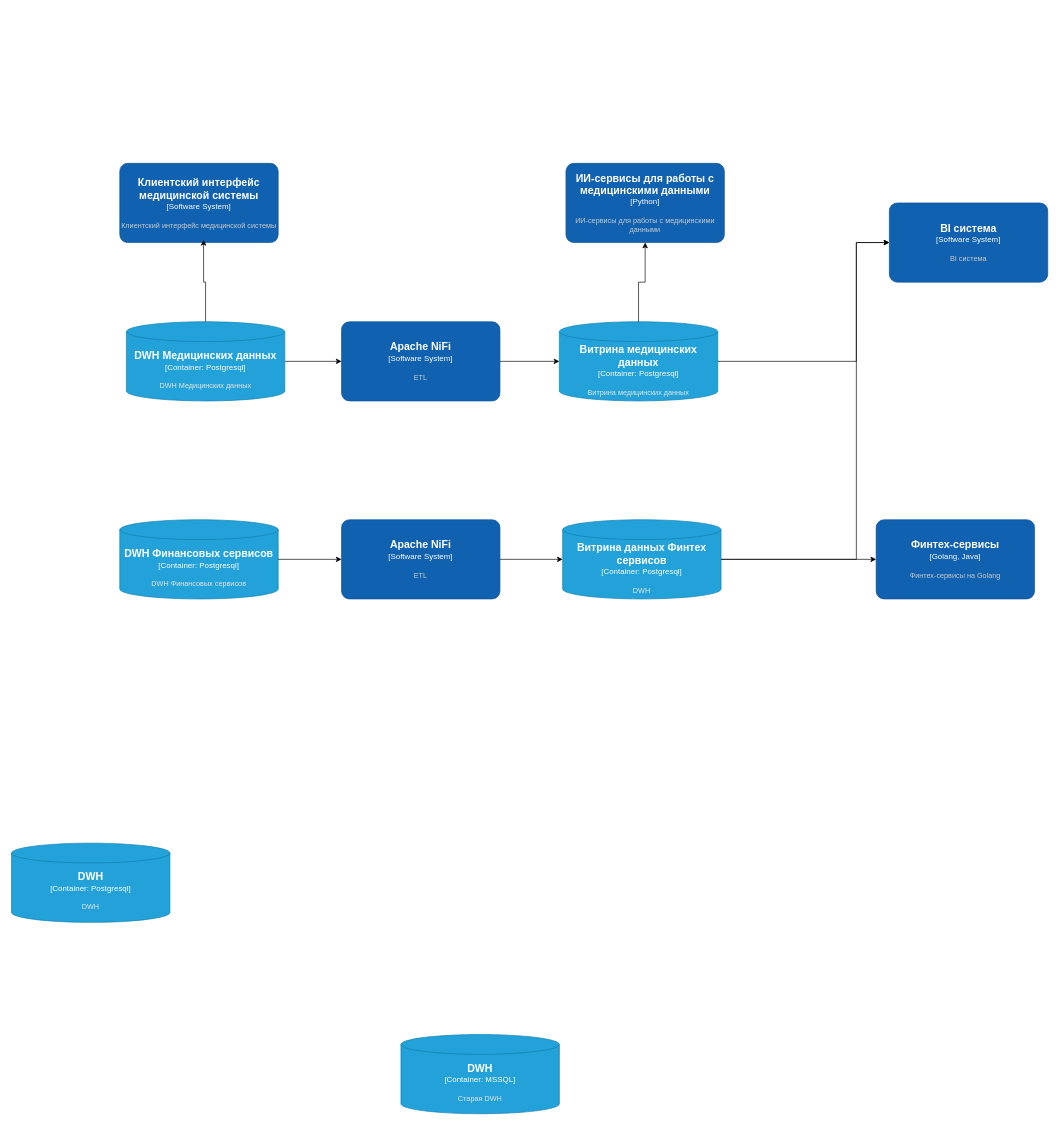
This is Task1/Диаграмма без названия.drawio from Laborant90/architecture-future_2_0, a draw.io file, before an edit. Source tidied: cells renumbered, new cells numbered last; positions are measured from the earlier drawing's top-left corner, leaving out a move shared by most shapes. Both pictures are drawn from the tidied source at 66%, with x=0, y=0 at pixel (11, 163).
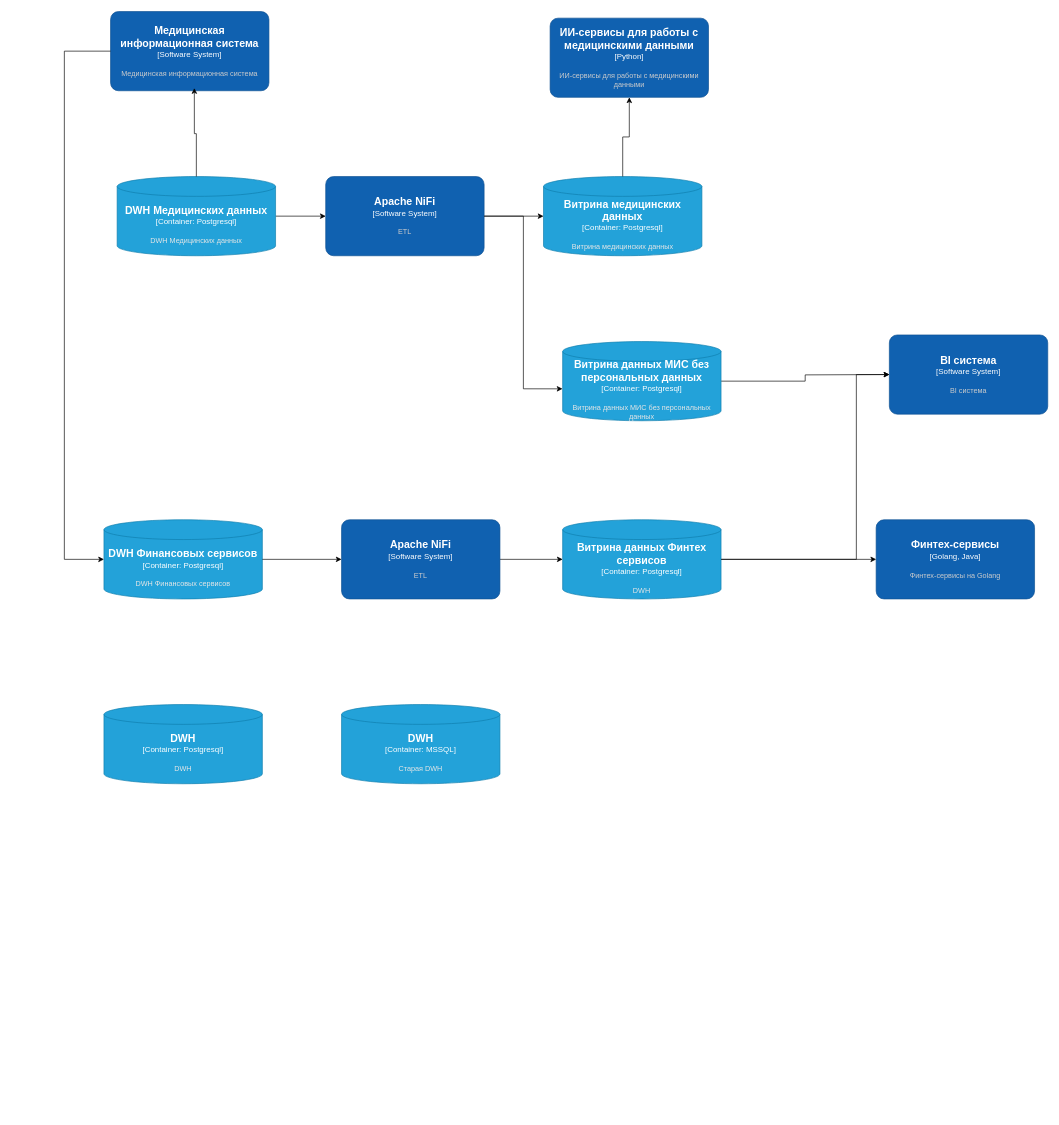
After the change.

The change refers to these unchanged cells:
```xml
<object id="7" label="&lt;font style=&quot;font-size: 16px&quot;&gt;&lt;b&gt;%c4Name%&lt;/b&gt;&lt;/font&gt;&lt;div&gt;[%c4Type%:&amp;nbsp;%c4Technology%]&lt;/div&gt;&lt;br&gt;&lt;div&gt;&lt;font style=&quot;font-size: 11px&quot;&gt;&lt;font color=&quot;#E6E6E6&quot;&gt;%c4Description%&lt;/font&gt;&lt;/div&gt;" c4Description="DWH" c4Name="Витрина данных Финтех сервисов" c4Technology="Postgresql" c4Type="Container" placeholders="1">
  <mxCell style="shape=cylinder3;size=15;whiteSpace=wrap;html=1;boundedLbl=1;rounded=0;labelBackgroundColor=none;fillColor=#23A2D9;fontSize=12;fontColor=#ffffff;align=center;strokeColor=#0E7DAD;points=[[0.5,0,0],[1,0.25,0],[1,0.5,0],[1,0.75,0],[0.5,1,0],[0,0.75,0],[0,0.5,0],[0,0.25,0]];" parent="1" vertex="1">
    <mxGeometry x="835" y="540" width="240" height="120" as="geometry" />
  </mxCell>
</object>
```

Diff of the diagram source:
```diff
@@
     <object id="2" label="&lt;font style=&quot;font-size: 16px&quot;&gt;&lt;b&gt;%c4Name%&lt;/b&gt;&lt;/font&gt;&lt;div&gt;[%c4Type%:&amp;nbsp;%c4Technology%]&lt;/div&gt;&lt;br&gt;&lt;div&gt;&lt;font style=&quot;font-size: 11px&quot;&gt;&lt;font color=&quot;#E6E6E6&quot;&gt;%c4Description%&lt;/font&gt;&lt;/div&gt;" c4Description="Старая DWH" c4Name="DWH" c4Technology="MSSQL" c4Type="Container" placeholders="1">
       <mxCell style="shape=cylinder3;size=15;whiteSpace=wrap;html=1;boundedLbl=1;rounded=0;labelBackgroundColor=none;fillColor=#23A2D9;fontSize=12;fontColor=#ffffff;align=center;strokeColor=#0E7DAD;" parent="1" vertex="1">
-        <mxGeometry x="590" y="1320" width="240" height="120" as="geometry" />
+        <mxGeometry x="500" y="820" width="240" height="120" as="geometry" />
       </mxCell>
     </object>
@@
     <object id="4" label="&lt;font style=&quot;font-size: 16px&quot;&gt;&lt;b&gt;%c4Name%&lt;/b&gt;&lt;/font&gt;&lt;div&gt;[%c4Type%]&lt;/div&gt;&lt;br&gt;&lt;div&gt;&lt;font style=&quot;font-size: 11px&quot;&gt;&lt;font color=&quot;#cccccc&quot;&gt;%c4Description%&lt;/font&gt;&lt;/div&gt;" c4Description="BI система" c4Name="BI система" c4Type="Software System" placeholders="1">
       <mxCell style="rounded=1;whiteSpace=wrap;html=1;labelBackgroundColor=none;fillColor=#1061B0;fontColor=#ffffff;align=center;arcSize=10;strokeColor=#0D5091;points=[[0.25,0,0],[0.5,0,0],[0.75,0,0],[1,0.25,0],[1,0.5,0],[1,0.75,0],[0.75,1,0],[0.5,1,0],[0.25,1,0],[0,0.75,0],[0,0.5,0],[0,0.25,0]];" parent="1" vertex="1">
-        <mxGeometry x="1330" y="60" width="240" height="120" as="geometry" />
+        <mxGeometry x="1330" y="260" width="240" height="120" as="geometry" />
       </mxCell>
     </object>
     <object id="5" label="&lt;font style=&quot;font-size: 16px&quot;&gt;&lt;b&gt;%c4Name%&lt;/b&gt;&lt;/font&gt;&lt;div&gt;[%c4Type%:&amp;nbsp;%c4Technology%]&lt;/div&gt;&lt;br&gt;&lt;div&gt;&lt;font style=&quot;font-size: 11px&quot;&gt;&lt;font color=&quot;#E6E6E6&quot;&gt;%c4Description%&lt;/font&gt;&lt;/div&gt;" c4Description="DWH Финансовых сервисов" c4Name="DWH Финансовых сервисов" c4Technology="Postgresql" c4Type="Container" placeholders="1">
       <mxCell style="shape=cylinder3;size=15;whiteSpace=wrap;html=1;boundedLbl=1;rounded=0;labelBackgroundColor=none;fillColor=#23A2D9;fontSize=12;fontColor=#ffffff;align=center;strokeColor=#0E7DAD;points=[[0.5,0,0],[1,0.25,0],[1,0.5,0],[1,0.75,0],[0.5,1,0],[0,0.75,0],[0,0.5,0],[0,0.25,0]];" parent="1" vertex="1">
-        <mxGeometry x="164" y="540" width="240" height="120" as="geometry" />
+        <mxGeometry x="140" y="540" width="240" height="120" as="geometry" />
       </mxCell>
     </object>
@@
     <object id="8" label="&lt;font style=&quot;font-size: 16px&quot;&gt;&lt;b&gt;%c4Name%&lt;/b&gt;&lt;/font&gt;&lt;div&gt;[%c4Type%:&amp;nbsp;%c4Technology%]&lt;/div&gt;&lt;br&gt;&lt;div&gt;&lt;font style=&quot;font-size: 11px&quot;&gt;&lt;font color=&quot;#E6E6E6&quot;&gt;%c4Description%&lt;/font&gt;&lt;/div&gt;" c4Description="DWH" c4Name="DWH" c4Technology="Postgresql" c4Type="Container" placeholders="1">
       <mxCell style="shape=cylinder3;size=15;whiteSpace=wrap;html=1;boundedLbl=1;rounded=0;labelBackgroundColor=none;fillColor=#23A2D9;fontSize=12;fontColor=#ffffff;align=center;strokeColor=#0E7DAD;" parent="1" vertex="1">
-        <mxGeometry y="1030" width="240" height="120" as="geometry" />
+        <mxGeometry x="140" y="820" width="240" height="120" as="geometry" />
       </mxCell>
     </object>
-    <object id="9" label="&lt;font style=&quot;font-size: 16px&quot;&gt;&lt;b&gt;%c4Name%&lt;/b&gt;&lt;/font&gt;&lt;div&gt;[%c4Type%]&lt;/div&gt;&lt;br&gt;&lt;div&gt;&lt;font style=&quot;font-size: 11px&quot;&gt;&lt;font color=&quot;#cccccc&quot;&gt;%c4Description%&lt;/font&gt;&lt;/div&gt;" c4Description="Клиентский интерфейс медицинской системы" c4Name="Клиентский интерфейс медицинской системы" c4Type="Software System" placeholders="1">
+    <object id="9" label="&lt;font style=&quot;font-size: 16px&quot;&gt;&lt;b&gt;%c4Name%&lt;/b&gt;&lt;/font&gt;&lt;div&gt;[%c4Type%]&lt;/div&gt;&lt;br&gt;&lt;div&gt;&lt;font style=&quot;font-size: 11px&quot;&gt;&lt;font color=&quot;#cccccc&quot;&gt;%c4Description%&lt;/font&gt;&lt;/div&gt;" c4Description="Медицинская информационная система" c4Name="Медицинская информационная система" c4Type="Software System" placeholders="1">
       <mxCell style="rounded=1;whiteSpace=wrap;html=1;labelBackgroundColor=none;fillColor=#1061B0;fontColor=#ffffff;align=center;arcSize=10;strokeColor=#0D5091;points=[[0.25,0,0],[0.5,0,0],[0.75,0,0],[1,0.25,0],[1,0.5,0],[1,0.75,0],[0.75,1,0],[0.5,1,0],[0.25,1,0],[0,0.75,0],[0,0.5,0],[0,0.25,0]];" parent="1" vertex="1">
-        <mxGeometry x="164" width="240" height="120" as="geometry" />
+        <mxGeometry x="150" y="-230" width="240" height="120" as="geometry" />
       </mxCell>
     </object>
@@
     <object id="11" label="&lt;font style=&quot;font-size: 16px&quot;&gt;&lt;b&gt;%c4Name%&lt;/b&gt;&lt;/font&gt;&lt;div&gt;[%c4Type%:&amp;nbsp;%c4Technology%]&lt;/div&gt;&lt;br&gt;&lt;div&gt;&lt;font style=&quot;font-size: 11px&quot;&gt;&lt;font color=&quot;#E6E6E6&quot;&gt;%c4Description%&lt;/font&gt;&lt;/div&gt;" c4Description="DWH Медицинских данных" c4Name="DWH Медицинских данных" c4Technology="Postgresql" c4Type="Container" placeholders="1">
       <mxCell style="shape=cylinder3;size=15;whiteSpace=wrap;html=1;boundedLbl=1;rounded=0;labelBackgroundColor=none;fillColor=#23A2D9;fontSize=12;fontColor=#ffffff;align=center;strokeColor=#0E7DAD;points=[[0.5,0,0],[1,0.25,0],[1,0.5,0],[1,0.75,0],[0.5,1,0],[0,0.75,0],[0,0.5,0],[0,0.25,0]];" parent="1" vertex="1">
-        <mxGeometry x="174" y="240" width="240" height="120" as="geometry" />
+        <mxGeometry x="160" y="20" width="240" height="120" as="geometry" />
       </mxCell>
     </object>
     <object id="12" label="&lt;font style=&quot;font-size: 16px&quot;&gt;&lt;b&gt;%c4Name%&lt;/b&gt;&lt;/font&gt;&lt;div&gt;[%c4Type%]&lt;/div&gt;&lt;br&gt;&lt;div&gt;&lt;font style=&quot;font-size: 11px&quot;&gt;&lt;font color=&quot;#cccccc&quot;&gt;%c4Description%&lt;/font&gt;&lt;/div&gt;" c4Description="ИИ-сервисы для работы с медицинскими данными" c4Name="ИИ-сервисы для работы с медицинскими данными" c4Type="Python" placeholders="1">
       <mxCell style="rounded=1;whiteSpace=wrap;html=1;labelBackgroundColor=none;fillColor=#1061B0;fontColor=#ffffff;align=center;arcSize=10;strokeColor=#0D5091;points=[[0.25,0,0],[0.5,0,0],[0.75,0,0],[1,0.25,0],[1,0.5,0],[1,0.75,0],[0.75,1,0],[0.5,1,0],[0.25,1,0],[0,0.75,0],[0,0.5,0],[0,0.25,0]];" parent="1" vertex="1">
-        <mxGeometry x="840" width="240" height="120" as="geometry" />
+        <mxGeometry x="816" y="-220" width="240" height="120" as="geometry" />
       </mxCell>
     </object>
@@
     <object id="14" label="&lt;font style=&quot;font-size: 16px&quot;&gt;&lt;b&gt;%c4Name%&lt;/b&gt;&lt;/font&gt;&lt;div&gt;[%c4Type%:&amp;nbsp;%c4Technology%]&lt;/div&gt;&lt;br&gt;&lt;div&gt;&lt;font style=&quot;font-size: 11px&quot;&gt;&lt;font color=&quot;#E6E6E6&quot;&gt;%c4Description%&lt;/font&gt;&lt;/div&gt;" c4Description="Витрина медицинских данных" c4Name="Витрина медицинских данных" c4Technology="Postgresql" c4Type="Container" placeholders="1">
       <mxCell style="shape=cylinder3;size=15;whiteSpace=wrap;html=1;boundedLbl=1;rounded=0;labelBackgroundColor=none;fillColor=#23A2D9;fontSize=12;fontColor=#ffffff;align=center;strokeColor=#0E7DAD;points=[[0.5,0,0],[1,0.25,0],[1,0.5,0],[1,0.75,0],[0.5,1,0],[0,0.75,0],[0,0.5,0],[0,0.25,0]];" parent="1" vertex="1">
-        <mxGeometry x="830" y="240" width="240" height="120" as="geometry" />
+        <mxGeometry x="806" y="20" width="240" height="120" as="geometry" />
       </mxCell>
     </object>
@@
-    <mxCell id="16" style="edgeStyle=orthogonalEdgeStyle;rounded=0;jettySize=auto;html=1;entryX=0;entryY=0.5;entryDx=0;entryDy=0;entryPerimeter=0;" parent="1" edge="1" source="14" target="4">
-      <mxGeometry relative="1" as="geometry">
-        <Array as="points">
-          <mxPoint x="1280" y="300" />
-          <mxPoint x="1280" y="120" />
-        </Array>
-      </mxGeometry>
-    </mxCell>
     <mxCell id="17" style="edgeStyle=orthogonalEdgeStyle;rounded=0;jettySize=auto;html=1;entryX=0;entryY=0.5;entryDx=0;entryDy=0;entryPerimeter=0;" parent="1" edge="1" source="7" target="4">
       <mxGeometry relative="1" as="geometry">
         <Array as="points">
           <mxPoint x="1280" y="600" />
-          <mxPoint x="1280" y="120" />
+          <mxPoint x="1280" y="320" />
         </Array>
       </mxGeometry>
     </mxCell>
     <object id="18" label="&lt;font style=&quot;font-size: 16px&quot;&gt;&lt;b&gt;%c4Name%&lt;/b&gt;&lt;/font&gt;&lt;div&gt;[%c4Type%]&lt;/div&gt;&lt;br&gt;&lt;div&gt;&lt;font style=&quot;font-size: 11px&quot;&gt;&lt;font color=&quot;#cccccc&quot;&gt;%c4Description%&lt;/font&gt;&lt;/div&gt;" c4Description="ETL" c4Name="Apache NiFi" c4Type="Software System" placeholders="1">
       <mxCell style="rounded=1;whiteSpace=wrap;html=1;labelBackgroundColor=none;fillColor=#1061B0;fontColor=#ffffff;align=center;arcSize=10;strokeColor=#0D5091;points=[[0.25,0,0],[0.5,0,0],[0.75,0,0],[1,0.25,0],[1,0.5,0],[1,0.75,0],[0.75,1,0],[0.5,1,0],[0.25,1,0],[0,0.75,0],[0,0.5,0],[0,0.25,0]];" parent="1" vertex="1">
-        <mxGeometry x="500" y="240" width="240" height="120" as="geometry" />
+        <mxGeometry x="476" y="20" width="240" height="120" as="geometry" />
       </mxCell>
     </object>
@@
+    <mxCell id="23" style="edgeStyle=orthogonalEdgeStyle;rounded=0;jettySize=auto;html=1;" parent="1" edge="1" source="24">
+      <mxGeometry relative="1" as="geometry">
+        <mxPoint x="1330" y="320" as="targetPoint" />
+      </mxGeometry>
+    </mxCell>
+    <object id="24" label="&lt;font style=&quot;font-size: 16px&quot;&gt;&lt;b&gt;%c4Name%&lt;/b&gt;&lt;/font&gt;&lt;div&gt;[%c4Type%:&amp;nbsp;%c4Technology%]&lt;/div&gt;&lt;br&gt;&lt;div&gt;&lt;font style=&quot;font-size: 11px&quot;&gt;&lt;font color=&quot;#E6E6E6&quot;&gt;%c4Description%&lt;/font&gt;&lt;/div&gt;" c4Description="Витрина данных МИС без персональных данных" c4Name="Витрина данных МИС без персональных данных" c4Technology="Postgresql" c4Type="Container" placeholders="1">
+      <mxCell style="shape=cylinder3;size=15;whiteSpace=wrap;html=1;boundedLbl=1;rounded=0;labelBackgroundColor=none;fillColor=#23A2D9;fontSize=12;fontColor=#ffffff;align=center;strokeColor=#0E7DAD;points=[[0.5,0,0],[1,0.25,0],[1,0.5,0],[1,0.75,0],[0.5,1,0],[0,0.75,0],[0,0.5,0],[0,0.25,0]];" parent="1" vertex="1">
+        <mxGeometry x="835" y="270" width="240" height="120" as="geometry" />
+      </mxCell>
+    </object>
+    <mxCell id="25" style="edgeStyle=orthogonalEdgeStyle;rounded=0;jettySize=auto;html=1;entryX=-0.001;entryY=0.597;entryDx=0;entryDy=0;entryPerimeter=0;" parent="1" edge="1" source="18" target="24">
+      <mxGeometry relative="1" as="geometry" />
+    </mxCell>
+    <mxCell id="26" style="edgeStyle=orthogonalEdgeStyle;rounded=0;jettySize=auto;html=1;entryX=0;entryY=0.5;entryDx=0;entryDy=0;entryPerimeter=0;" parent="1" edge="1" source="9" target="5">
+      <mxGeometry relative="1" as="geometry">
+        <Array as="points">
+          <mxPoint x="80" y="-170" />
+          <mxPoint x="80" y="600" />
+        </Array>
+      </mxGeometry>
+    </mxCell>
```
